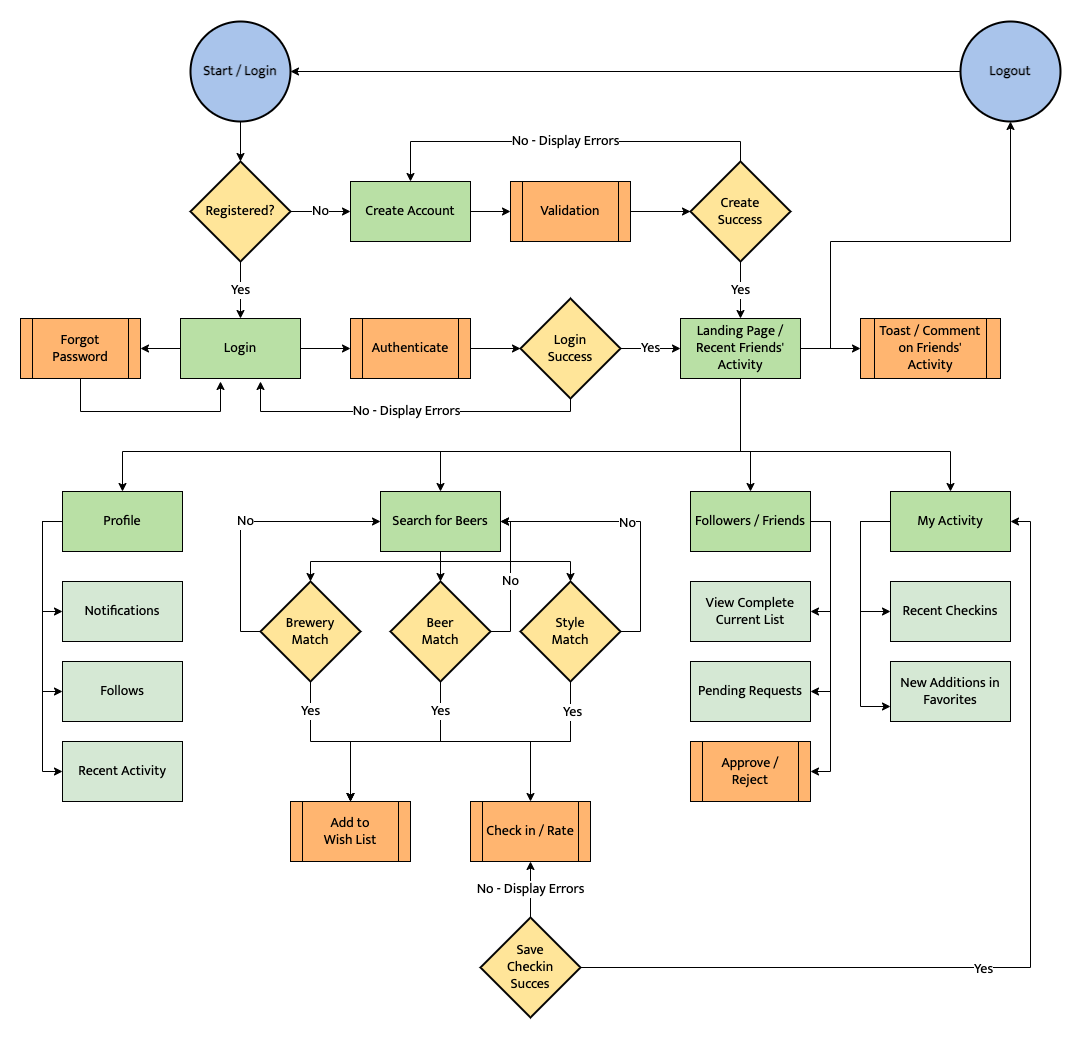
shaunwo/hopps-hunter keeps this draw.io diagram as Hopps Hunter User Flow Diagram.png. Above is the earlier version. Source tidied: cells renumbered, new cells last; positions are measured from the earlier drawing's top-left corner, leaving out a move shared by most shapes.
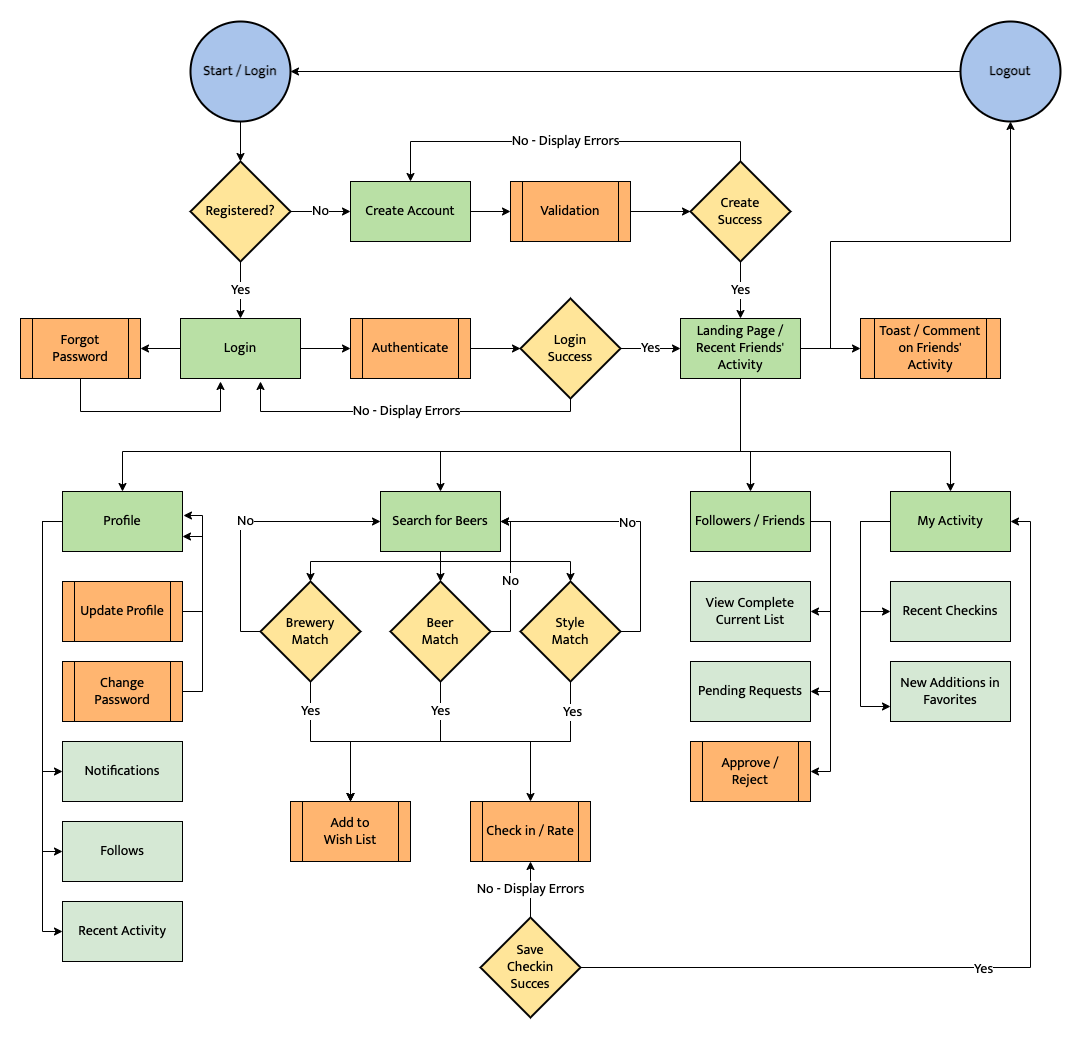
Above is the later version.

Commit message:
Added process blocks for profile actions

Change to the diagram source:
```diff
@@ -183,13 +183,13 @@
       <mxGeometry x="870" y="470" width="120" height="60" as="geometry" />
     </mxCell>
     <mxCell id="44" value="Notifications" style="rounded=0;whiteSpace=wrap;html=1;fontFamily=Mukta;fontSource=https%3A%2F%2Ffonts.googleapis.com%2Fcss%3Ffamily%3DMukta;fontSize=14;fillColor=#D5E8D4;" parent="1" vertex="1">
-      <mxGeometry x="42" y="560" width="120" height="60" as="geometry" />
+      <mxGeometry x="42" y="720" width="120" height="60" as="geometry" />
     </mxCell>
     <mxCell id="45" value="Follows" style="rounded=0;whiteSpace=wrap;html=1;fontFamily=Mukta;fontSource=https%3A%2F%2Ffonts.googleapis.com%2Fcss%3Ffamily%3DMukta;fontSize=14;fillColor=#D5E8D4;" parent="1" vertex="1">
-      <mxGeometry x="42" y="640" width="120" height="60" as="geometry" />
+      <mxGeometry x="42" y="800" width="120" height="60" as="geometry" />
     </mxCell>
     <mxCell id="46" value="Recent Activity" style="rounded=0;whiteSpace=wrap;html=1;fontFamily=Mukta;fontSource=https%3A%2F%2Ffonts.googleapis.com%2Fcss%3Ffamily%3DMukta;fontSize=14;fillColor=#D5E8D4;" parent="1" vertex="1">
-      <mxGeometry x="42" y="720" width="120" height="60" as="geometry" />
+      <mxGeometry x="42" y="880" width="120" height="60" as="geometry" />
     </mxCell>
     <mxCell id="47" value="View Complete Current List" style="rounded=0;whiteSpace=wrap;html=1;fontFamily=Mukta;fontSource=https%3A%2F%2Ffonts.googleapis.com%2Fcss%3Ffamily%3DMukta;fontSize=14;fillColor=#D5E8D4;" parent="1" vertex="1">
       <mxGeometry x="670" y="560" width="120" height="60" as="geometry" />
@@ -288,5 +288,17 @@
     <mxCell id="74" value="Forgot Password" style="shape=process;whiteSpace=wrap;html=1;backgroundOutline=1;fontFamily=Mukta;fontSource=https%3A%2F%2Ffonts.googleapis.com%2Fcss%3Ffamily%3DMukta;fontSize=14;fillColor=#FFB570;" parent="1" vertex="1">
       <mxGeometry y="297" width="120" height="60" as="geometry" />
     </mxCell>
+    <mxCell id="75" style="edgeStyle=orthogonalEdgeStyle;rounded=0;jettySize=auto;html=1;exitX=1;exitY=0.5;exitDx=0;exitDy=0;entryX=1.008;entryY=0.4;entryDx=0;entryDy=0;entryPerimeter=0;" parent="1" edge="1" source="76" target="32">
+      <mxGeometry relative="1" as="geometry" />
+    </mxCell>
+    <mxCell id="76" value="Update Profile" style="shape=process;whiteSpace=wrap;html=1;backgroundOutline=1;fontFamily=Mukta;fontSource=https%3A%2F%2Ffonts.googleapis.com%2Fcss%3Ffamily%3DMukta;fontSize=14;fillColor=#FFB570;" parent="1" vertex="1">
+      <mxGeometry x="42" y="560" width="120" height="60" as="geometry" />
+    </mxCell>
+    <mxCell id="77" style="edgeStyle=orthogonalEdgeStyle;rounded=0;jettySize=auto;html=1;exitX=1;exitY=0.5;exitDx=0;exitDy=0;entryX=1;entryY=0.75;entryDx=0;entryDy=0;" parent="1" edge="1" source="78" target="32">
+      <mxGeometry relative="1" as="geometry" />
+    </mxCell>
+    <mxCell id="78" value="Change Password" style="shape=process;whiteSpace=wrap;html=1;backgroundOutline=1;fontFamily=Mukta;fontSource=https%3A%2F%2Ffonts.googleapis.com%2Fcss%3Ffamily%3DMukta;fontSize=14;fillColor=#FFB570;" parent="1" vertex="1">
+      <mxGeometry x="42" y="640" width="120" height="60" as="geometry" />
+    </mxCell>
   </root>
 </mxGraphModel>
```
